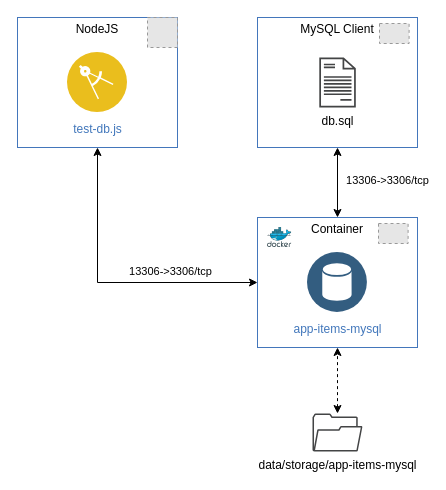
This is app-myapp-cpp/doc/draw/app-myapp-cpp.drawio from jorgeiglesiasfernandez/containers, a draw.io file, before an edit. Source tidied: cells renumbered, new cells numbered last; positions are measured from the earlier drawing's top-left corner, leaving out a move shared by most shapes. Both pictures are drawn from the tidied source at 100%, with x=0, y=0 at pixel (17, 17). Pictures stored in the file or linked from it are replaced by grey dashed boxes.
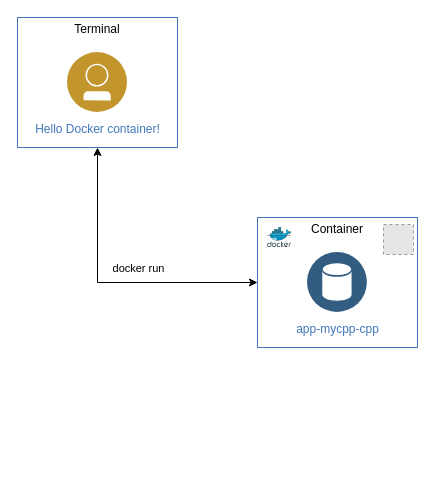
The same diagram, later.

The change refers to these unchanged cells:
```xml
<mxCell id="2" style="group;" parent="1" vertex="1">
  <mxGeometry width="160" height="130" as="geometry" />
</mxCell>
<mxCell id="8" value="Container" style="fontStyle=0;verticalAlign=top;align=center;spacingTop=-2;fillColor=none;rounded=0;whiteSpace=wrap;html=1;strokeColor=#4376BB;strokeWidth=1;dashed=0;" parent="7" vertex="1">
  <mxGeometry width="160" height="130" as="geometry" />
</mxCell>
<mxCell id="21" style="edgeStyle=elbowEdgeStyle;rounded=0;elbow=vertical;html=1;labelBackgroundColor=#ffffff;startArrow=classic;startFill=1;startSize=6;endArrow=classic;endFill=1;endSize=6;jettySize=auto;strokeWidth=1;fontSize=14;entryX=0.5;entryY=1;entryDx=0;entryDy=0;exitX=0;exitY=0.5;exitDx=0;exitDy=0;" parent="1" edge="1" source="8" target="3">
  <mxGeometry relative="1" as="geometry">
    <Array as="points">
      <mxPoint x="160" y="265" />
    </Array>
  </mxGeometry>
</mxCell>
```

What changed in the source:
```diff
@@
-    <mxCell id="3" value="NodeJS" style="fontStyle=0;verticalAlign=top;align=center;spacingTop=-2;fillColor=none;rounded=0;whiteSpace=wrap;html=1;strokeColor=#4376BB;strokeWidth=1;dashed=0;" parent="2" vertex="1">
+    <mxCell id="3" value="Terminal" style="fontStyle=0;verticalAlign=top;align=center;spacingTop=-2;fillColor=none;rounded=0;whiteSpace=wrap;html=1;strokeColor=#4376BB;strokeWidth=1;dashed=0;" parent="2" vertex="1">
       <mxGeometry width="160" height="130" as="geometry" />
     </mxCell>
-    <mxCell id="4" style="fillColor=#E6E6E6;strokeColor=#999999;dashed=1;verticalLabelPosition=bottom;labelBackgroundColor=#ffffff;verticalAlign=top;" parent="3" vertex="1">
-      <mxGeometry x="130" width="30" height="30" as="geometry" />
-    </mxCell>
-    <mxCell id="5" value="test-db.js" style="perimeter=ellipsePerimeter;html=1;align=center;shadow=0;dashed=0;fontColor=#4277BB;labelBackgroundColor=#ffffff;fontSize=12;spacingTop=3;image;image=img/lib/ibm/applications/enterprise_applications.svg;" parent="3" vertex="1">
-      <mxGeometry x="50" y="35" width="60" height="60" as="geometry" />
-    </mxCell>
+    <mxCell id="23" value="Hello Docker container!" style="perimeter=ellipsePerimeter;html=1;align=center;shadow=0;dashed=0;fontColor=#4277BB;labelBackgroundColor=#ffffff;fontSize=12;spacingTop=3;image;image=img/lib/ibm/users/user.svg;" parent="3" vertex="1">
+      <mxGeometry x="50" y="35" width="60" height="60" as="geometry" />
+    </mxCell>
@@
-    <mxCell id="10" value="app-items-mysql" style="perimeter=ellipsePerimeter;html=1;align=center;shadow=0;dashed=0;fontColor=#4277BB;labelBackgroundColor=#ffffff;fontSize=12;spacingTop=3;image;image=img/lib/ibm/data/data_services.svg;" parent="8" vertex="1">
+    <mxCell id="10" value="app-mycpp-cpp" style="perimeter=ellipsePerimeter;html=1;align=center;shadow=0;dashed=0;fontColor=#4277BB;labelBackgroundColor=#ffffff;fontSize=12;spacingTop=3;image;image=img/lib/ibm/data/data_services.svg;" parent="8" vertex="1">
       <mxGeometry x="50" y="35" width="60" height="60" as="geometry" />
     </mxCell>
-    <mxCell id="11" style="fillColor=#E6E6E6;strokeColor=#999999;dashed=1;verticalLabelPosition=bottom;labelBackgroundColor=#ffffff;verticalAlign=top;" parent="8" vertex="1">
-      <mxGeometry x="121" y="6" width="29.6" height="20" as="geometry" />
-    </mxCell>
-    <mxCell id="12" style="group;" parent="1" vertex="1">
-      <mxGeometry x="240" width="160" height="130" as="geometry" />
-    </mxCell>
-    <mxCell id="13" style="group;" parent="12" vertex="1">
-      <mxGeometry width="160" height="130" as="geometry" />
-    </mxCell>
-    <mxCell id="14" value="MySQL Client" style="fontStyle=0;verticalAlign=top;align=center;spacingTop=-2;fillColor=none;rounded=0;whiteSpace=wrap;html=1;strokeColor=#4376BB;strokeWidth=1;dashed=0;" parent="13" vertex="1">
-      <mxGeometry width="160" height="130" as="geometry" />
-    </mxCell>
-    <mxCell id="15" value="db.sql" style="shadow=0;dashed=0;html=1;strokeColor=none;fillColor=#434445;labelPosition=center;verticalLabelPosition=bottom;verticalAlign=top;align=center;shape=mxgraph.vvd.document;" parent="14" vertex="1">
-      <mxGeometry x="61.8" y="40" width="36.5" height="50" as="geometry" />
-    </mxCell>
-    <mxCell id="16" style="fillColor=#E6E6E6;strokeColor=#999999;dashed=1;verticalLabelPosition=bottom;labelBackgroundColor=#ffffff;verticalAlign=top;" parent="14" vertex="1">
-      <mxGeometry x="122" y="6" width="29.6" height="20" as="geometry" />
-    </mxCell>
-    <mxCell id="17" style="html=1;labelBackgroundColor=#ffffff;startArrow=classic;startFill=1;startSize=6;endArrow=classic;endFill=1;endSize=6;jettySize=auto;strokeWidth=1;fontSize=14;entryX=0.5;entryY=1;entryDx=0;entryDy=0;exitX=0.5;exitY=0;exitDx=0;exitDy=0;" parent="1" edge="1" source="8" target="14">
-      <mxGeometry relative="1" as="geometry" />
-    </mxCell>
-    <mxCell id="18" value="13306-&amp;gt;3306/tcp" style="edgeLabel;html=1;align=center;verticalAlign=middle;" parent="17" vertex="1">
-      <mxGeometry x="0.09" y="-1" relative="1" as="geometry">
-        <mxPoint x="48" as="offset" />
-      </mxGeometry>
-    </mxCell>
-    <mxCell id="19" value="data/storage/app-items-mysql" style="shadow=0;dashed=0;html=1;strokeColor=none;fillColor=#434445;labelPosition=center;verticalLabelPosition=bottom;verticalAlign=top;align=center;outlineConnect=0;shape=mxgraph.vvd.folder;" parent="1" vertex="1">
-      <mxGeometry x="295" y="396" width="50" height="38" as="geometry" />
-    </mxCell>
-    <mxCell id="20" style="html=1;labelBackgroundColor=#ffffff;startArrow=classic;startFill=1;startSize=6;endArrow=classic;endFill=1;endSize=6;jettySize=auto;strokeWidth=1;dashed=1;fontSize=14;entryX=0.5;entryY=1;entryDx=0;entryDy=0;" parent="1" edge="1" source="19" target="8">
-      <mxGeometry relative="1" as="geometry" />
-    </mxCell>
+    <mxCell id="24" style="fillColor=#E6E6E6;strokeColor=#999999;dashed=1;verticalLabelPosition=bottom;labelBackgroundColor=#ffffff;verticalAlign=top;" parent="8" vertex="1">
+      <mxGeometry x="126" y="7" width="30" height="30" as="geometry" />
+    </mxCell>
@@
-    <mxCell id="22" value="13306-&amp;gt;3306/tcp" style="edgeLabel;html=1;align=center;verticalAlign=middle;" parent="21" vertex="1">
-      <mxGeometry x="-0.25" y="1" relative="1" as="geometry">
-        <mxPoint x="23" y="-13" as="offset" />
-      </mxGeometry>
-    </mxCell>
+    <mxCell id="25" value="docker run" style="edgeLabel;html=1;align=center;verticalAlign=middle;" parent="21" vertex="1">
+      <mxGeometry x="-0.27" y="1" relative="1" as="geometry">
+        <mxPoint x="-12" y="-16" as="offset" />
+      </mxGeometry>
+    </mxCell>
```
